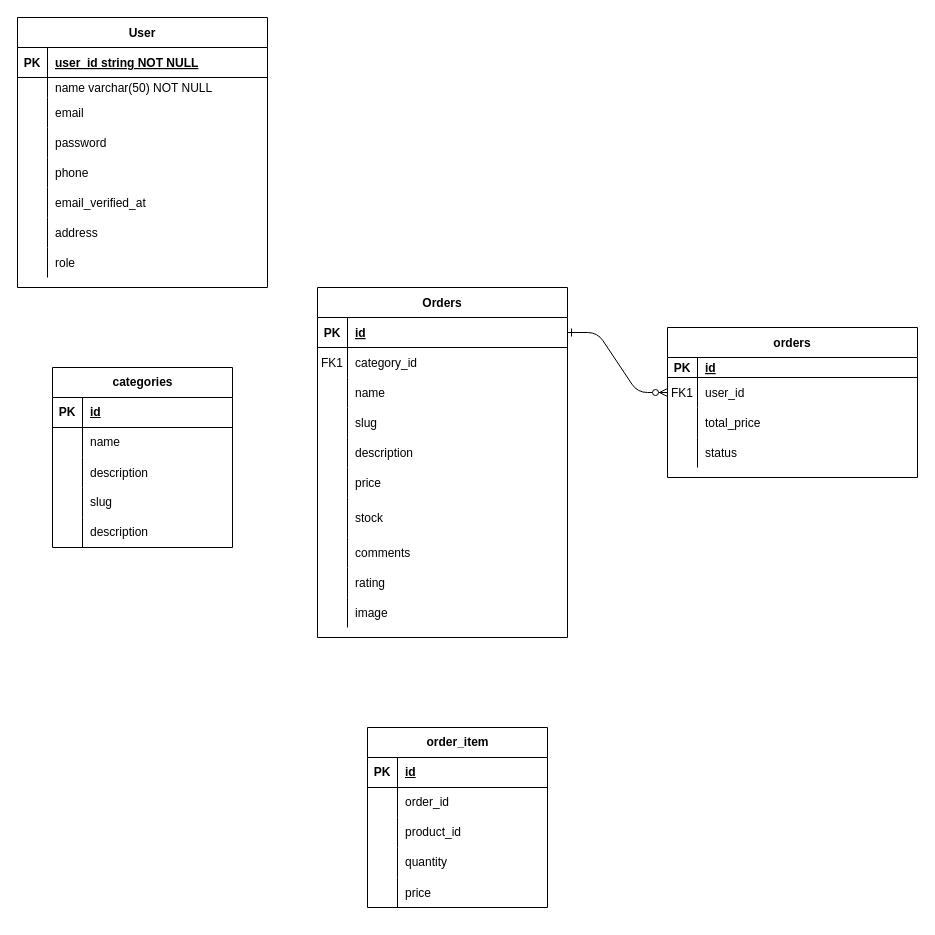
The draw.io diagram database/Untitled Diagram.drawio in g0st-r00t-x/project-uts, before the edit. Source tidied: cells renumbered, new cells numbered last; positions are measured from the earlier drawing's top-left corner, leaving out a move shared by most shapes. Both pictures are drawn from the tidied source at 100%, with x=0, y=0 at pixel (17, 17).
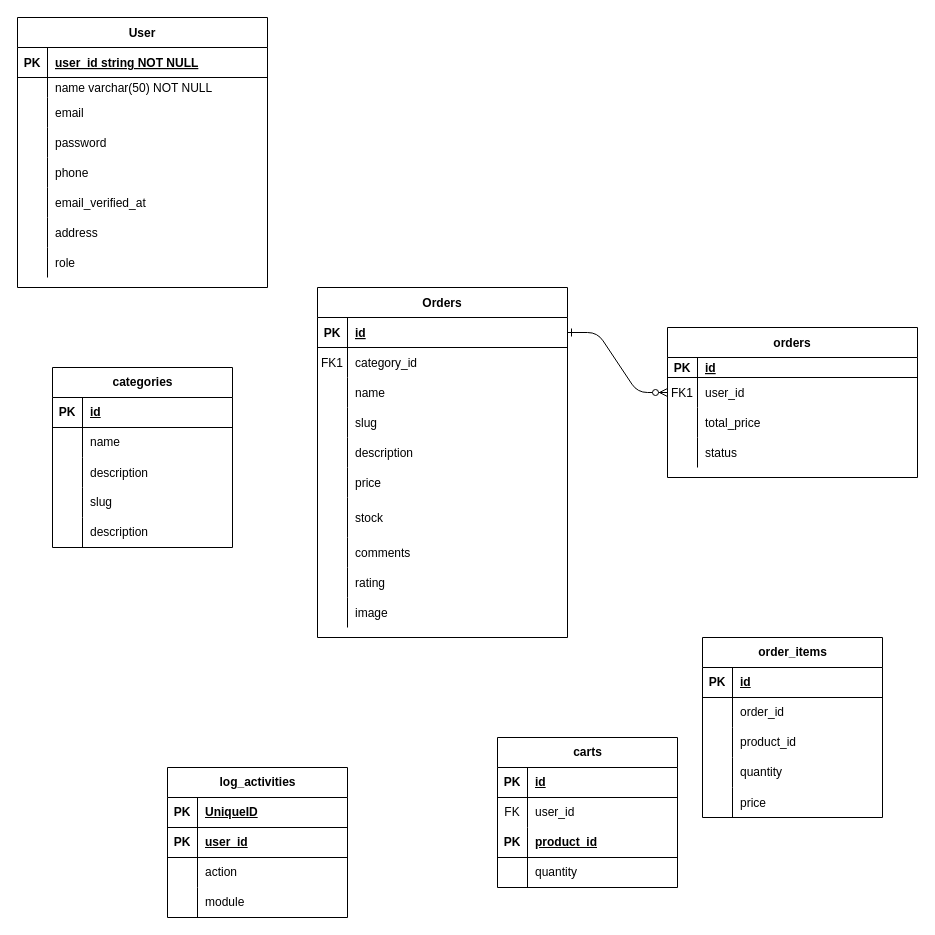
After the change.

The edit, as a diff of the source:
```diff
@@
-    <mxCell id="88" value="order_item" style="shape=table;startSize=30;childLayout=tableLayout;rowLines=0;fontStyle=1;align=center;html=1;" parent="1" vertex="1">
-      <mxGeometry x="350" y="710" width="180" height="180" as="geometry" />
+    <mxCell id="88" value="order_items" style="shape=table;startSize=30;childLayout=tableLayout;rowLines=0;fontStyle=1;align=center;html=1;" parent="1" vertex="1">
+      <mxGeometry x="685" y="620" width="180" height="180" as="geometry" />
     </mxCell>
@@
+    <mxCell id="104" value="carts" style="shape=table;startSize=30;childLayout=tableLayout;rowLines=0;fontStyle=1;align=center;html=1;" parent="1" vertex="1">
+      <mxGeometry x="480" y="720" width="180" height="150" as="geometry" />
+    </mxCell>
+    <mxCell id="105" style="shape=tableRow;horizontal=0;startSize=0;swimlaneHead=0;swimlaneBody=0;fillColor=none;top=0;left=0;right=0;bottom=1;" parent="104" vertex="1">
+      <mxGeometry y="30" width="180" height="30" as="geometry" />
+    </mxCell>
+    <mxCell id="106" value="PK" style="shape=partialRectangle;fillColor=none;top=0;left=0;bottom=0;right=0;fontStyle=1;overflow=hidden;whiteSpace=wrap;html=1;" parent="105" vertex="1">
+      <mxGeometry width="30" height="30" as="geometry" />
+    </mxCell>
+    <mxCell id="107" value="id" style="shape=partialRectangle;fillColor=none;top=0;left=0;bottom=0;right=0;align=left;spacingLeft=6;fontStyle=5;overflow=hidden;whiteSpace=wrap;html=1;" parent="105" vertex="1">
+      <mxGeometry x="30" width="150" height="30" as="geometry" />
+    </mxCell>
+    <mxCell id="108" style="shape=tableRow;horizontal=0;startSize=0;swimlaneHead=0;swimlaneBody=0;fillColor=none;top=0;left=0;right=0;bottom=0;" parent="104" vertex="1">
+      <mxGeometry y="60" width="180" height="30" as="geometry" />
+    </mxCell>
+    <mxCell id="109" value="FK" style="shape=partialRectangle;fillColor=none;top=0;left=0;bottom=0;right=0;fontStyle=0;overflow=hidden;whiteSpace=wrap;html=1;" parent="108" vertex="1">
+      <mxGeometry width="30" height="30" as="geometry" />
+    </mxCell>
+    <mxCell id="110" value="user_id" style="shape=partialRectangle;fillColor=none;top=0;left=0;bottom=0;right=0;align=left;spacingLeft=6;fontStyle=0;overflow=hidden;whiteSpace=wrap;html=1;" parent="108" vertex="1">
+      <mxGeometry x="30" width="150" height="30" as="geometry" />
+    </mxCell>
+    <mxCell id="111" style="shape=tableRow;horizontal=0;startSize=0;swimlaneHead=0;swimlaneBody=0;fillColor=none;top=0;left=0;right=0;bottom=1;" parent="104" vertex="1">
+      <mxGeometry y="90" width="180" height="30" as="geometry" />
+    </mxCell>
+    <mxCell id="112" value="PK" style="shape=partialRectangle;fillColor=none;top=0;left=0;bottom=0;right=0;fontStyle=1;overflow=hidden;whiteSpace=wrap;html=1;" parent="111" vertex="1">
+      <mxGeometry width="30" height="30" as="geometry" />
+    </mxCell>
+    <mxCell id="113" value="product_id" style="shape=partialRectangle;fillColor=none;top=0;left=0;bottom=0;right=0;align=left;spacingLeft=6;fontStyle=5;overflow=hidden;whiteSpace=wrap;html=1;" parent="111" vertex="1">
+      <mxGeometry x="30" width="150" height="30" as="geometry" />
+    </mxCell>
+    <mxCell id="114" style="shape=tableRow;horizontal=0;startSize=0;swimlaneHead=0;swimlaneBody=0;fillColor=none;top=0;left=0;right=0;bottom=0;" parent="104" vertex="1">
+      <mxGeometry y="120" width="180" height="30" as="geometry" />
+    </mxCell>
+    <mxCell id="115" style="shape=partialRectangle;fillColor=none;top=0;left=0;bottom=0;right=0;overflow=hidden;whiteSpace=wrap;html=1;" parent="114" vertex="1">
+      <mxGeometry width="30" height="30" as="geometry" />
+    </mxCell>
+    <mxCell id="116" value="quantity" style="shape=partialRectangle;fillColor=none;top=0;left=0;bottom=0;right=0;align=left;spacingLeft=6;overflow=hidden;whiteSpace=wrap;html=1;" parent="114" vertex="1">
+      <mxGeometry x="30" width="150" height="30" as="geometry" />
+    </mxCell>
+    <mxCell id="117" value="log_activities" style="shape=table;startSize=30;childLayout=tableLayout;rowLines=0;fontStyle=1;align=center;html=1;" parent="1" vertex="1">
+      <mxGeometry x="150" y="750" width="180" height="150" as="geometry" />
+    </mxCell>
+    <mxCell id="118" style="shape=tableRow;horizontal=0;startSize=0;swimlaneHead=0;swimlaneBody=0;fillColor=none;top=0;left=0;right=0;bottom=1;" parent="117" vertex="1">
+      <mxGeometry y="30" width="180" height="30" as="geometry" />
+    </mxCell>
+    <mxCell id="119" value="PK" style="shape=partialRectangle;fillColor=none;top=0;left=0;bottom=0;right=0;fontStyle=1;overflow=hidden;whiteSpace=wrap;html=1;" parent="118" vertex="1">
+      <mxGeometry width="30" height="30" as="geometry" />
+    </mxCell>
+    <mxCell id="120" value="UniqueID" style="shape=partialRectangle;fillColor=none;top=0;left=0;bottom=0;right=0;align=left;spacingLeft=6;fontStyle=5;overflow=hidden;whiteSpace=wrap;html=1;" parent="118" vertex="1">
+      <mxGeometry x="30" width="150" height="30" as="geometry" />
+    </mxCell>
+    <mxCell id="121" style="shape=tableRow;horizontal=0;startSize=0;swimlaneHead=0;swimlaneBody=0;fillColor=none;top=0;left=0;right=0;bottom=1;" parent="117" vertex="1">
+      <mxGeometry y="60" width="180" height="30" as="geometry" />
+    </mxCell>
+    <mxCell id="122" value="PK" style="shape=partialRectangle;fillColor=none;top=0;left=0;bottom=0;right=0;fontStyle=1;overflow=hidden;whiteSpace=wrap;html=1;" parent="121" vertex="1">
+      <mxGeometry width="30" height="30" as="geometry" />
+    </mxCell>
+    <mxCell id="123" value="user_id" style="shape=partialRectangle;fillColor=none;top=0;left=0;bottom=0;right=0;align=left;spacingLeft=6;fontStyle=5;overflow=hidden;whiteSpace=wrap;html=1;" parent="121" vertex="1">
+      <mxGeometry x="30" width="150" height="30" as="geometry" />
+    </mxCell>
+    <mxCell id="124" style="shape=tableRow;horizontal=0;startSize=0;swimlaneHead=0;swimlaneBody=0;fillColor=none;top=0;left=0;right=0;bottom=0;" parent="117" vertex="1">
+      <mxGeometry y="90" width="180" height="30" as="geometry" />
+    </mxCell>
+    <mxCell id="125" style="shape=partialRectangle;fillColor=none;top=0;left=0;bottom=0;right=0;overflow=hidden;whiteSpace=wrap;html=1;" parent="124" vertex="1">
+      <mxGeometry width="30" height="30" as="geometry" />
+    </mxCell>
+    <mxCell id="126" value="action" style="shape=partialRectangle;fillColor=none;top=0;left=0;bottom=0;right=0;align=left;spacingLeft=6;overflow=hidden;whiteSpace=wrap;html=1;" parent="124" vertex="1">
+      <mxGeometry x="30" width="150" height="30" as="geometry" />
+    </mxCell>
+    <mxCell id="127" style="shape=tableRow;horizontal=0;startSize=0;swimlaneHead=0;swimlaneBody=0;fillColor=none;top=0;left=0;right=0;bottom=0;" parent="117" vertex="1">
+      <mxGeometry y="120" width="180" height="30" as="geometry" />
+    </mxCell>
+    <mxCell id="128" style="shape=partialRectangle;fillColor=none;top=0;left=0;bottom=0;right=0;overflow=hidden;whiteSpace=wrap;html=1;" parent="127" vertex="1">
+      <mxGeometry width="30" height="30" as="geometry" />
+    </mxCell>
+    <mxCell id="129" value="module" style="shape=partialRectangle;fillColor=none;top=0;left=0;bottom=0;right=0;align=left;spacingLeft=6;overflow=hidden;whiteSpace=wrap;html=1;" parent="127" vertex="1">
+      <mxGeometry x="30" width="150" height="30" as="geometry" />
+    </mxCell>
```
